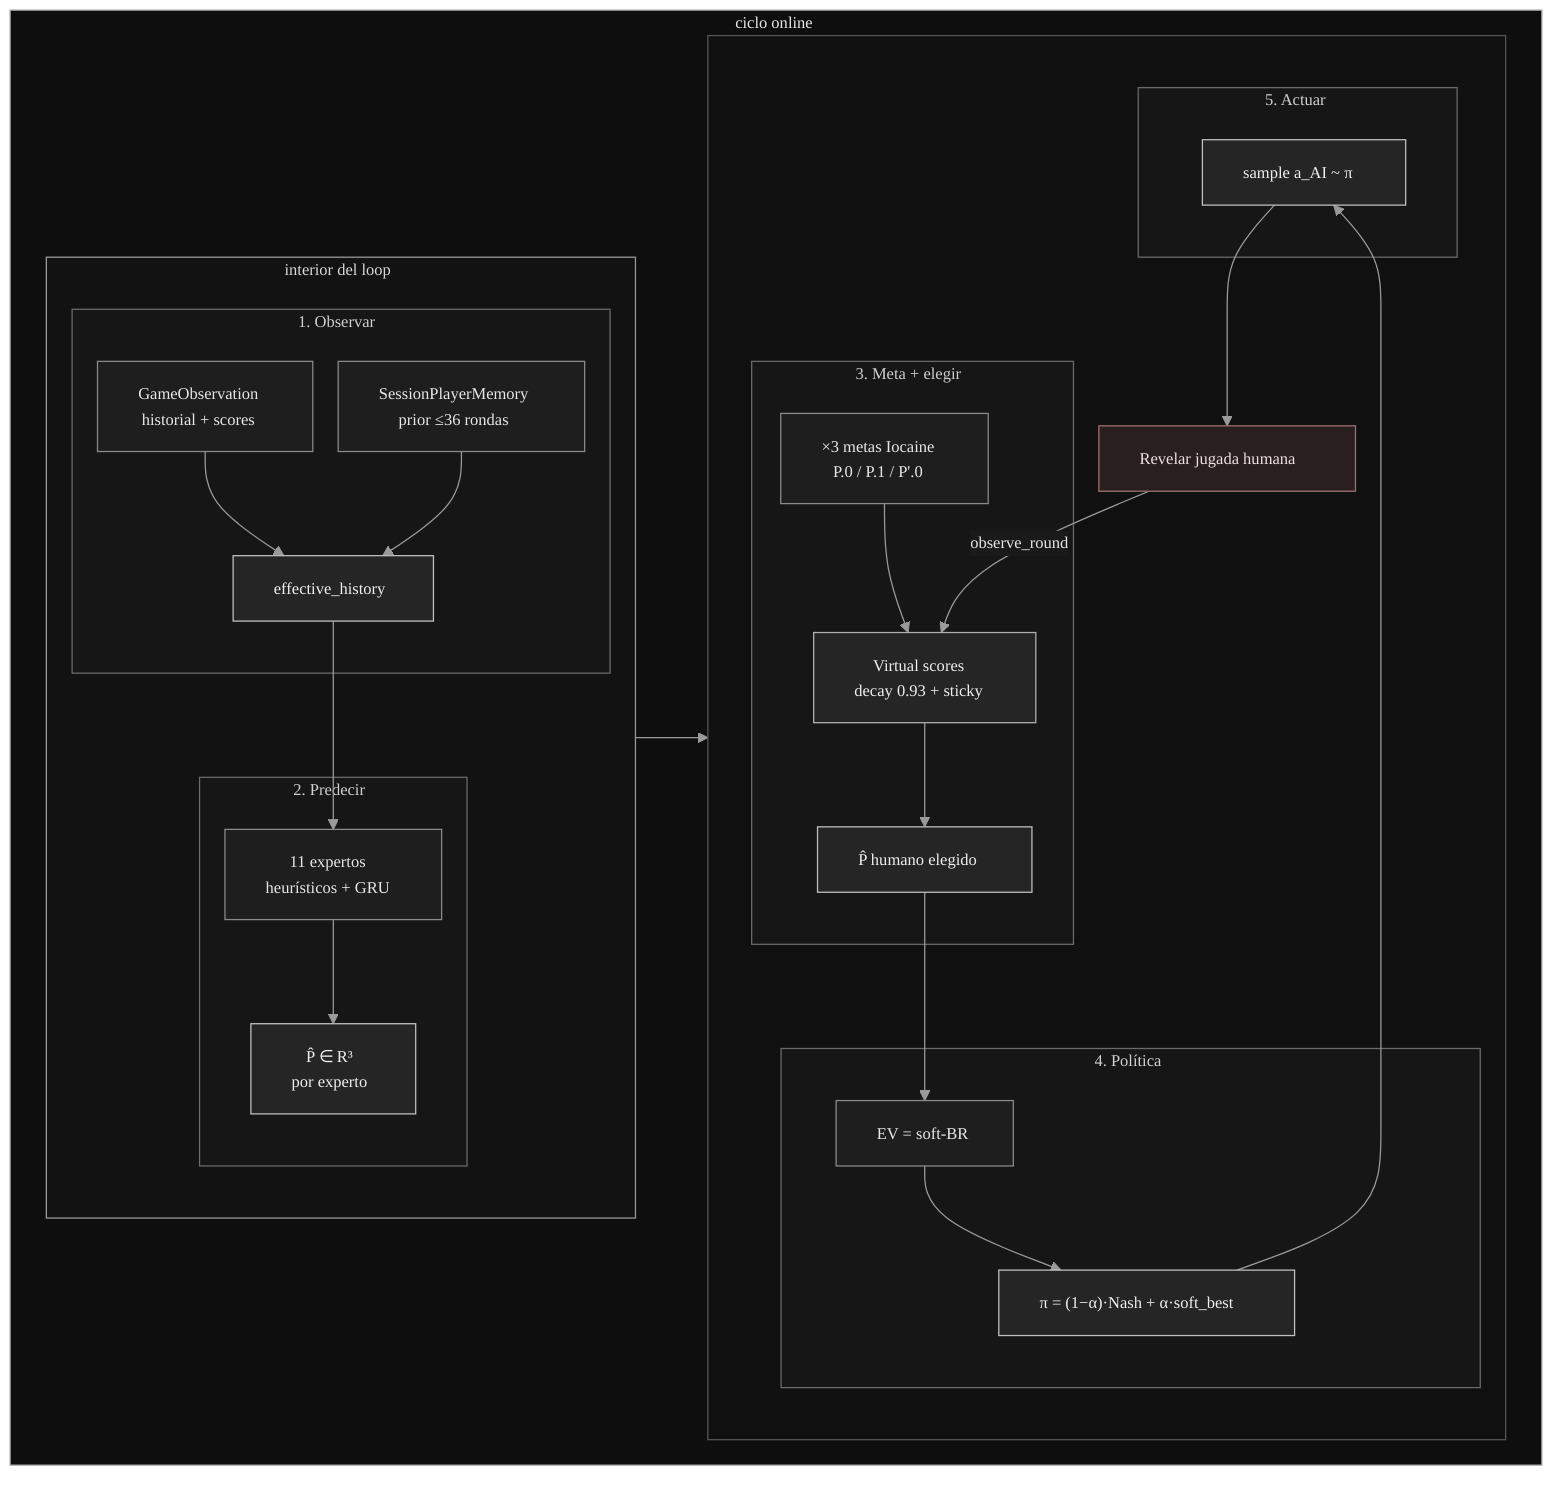
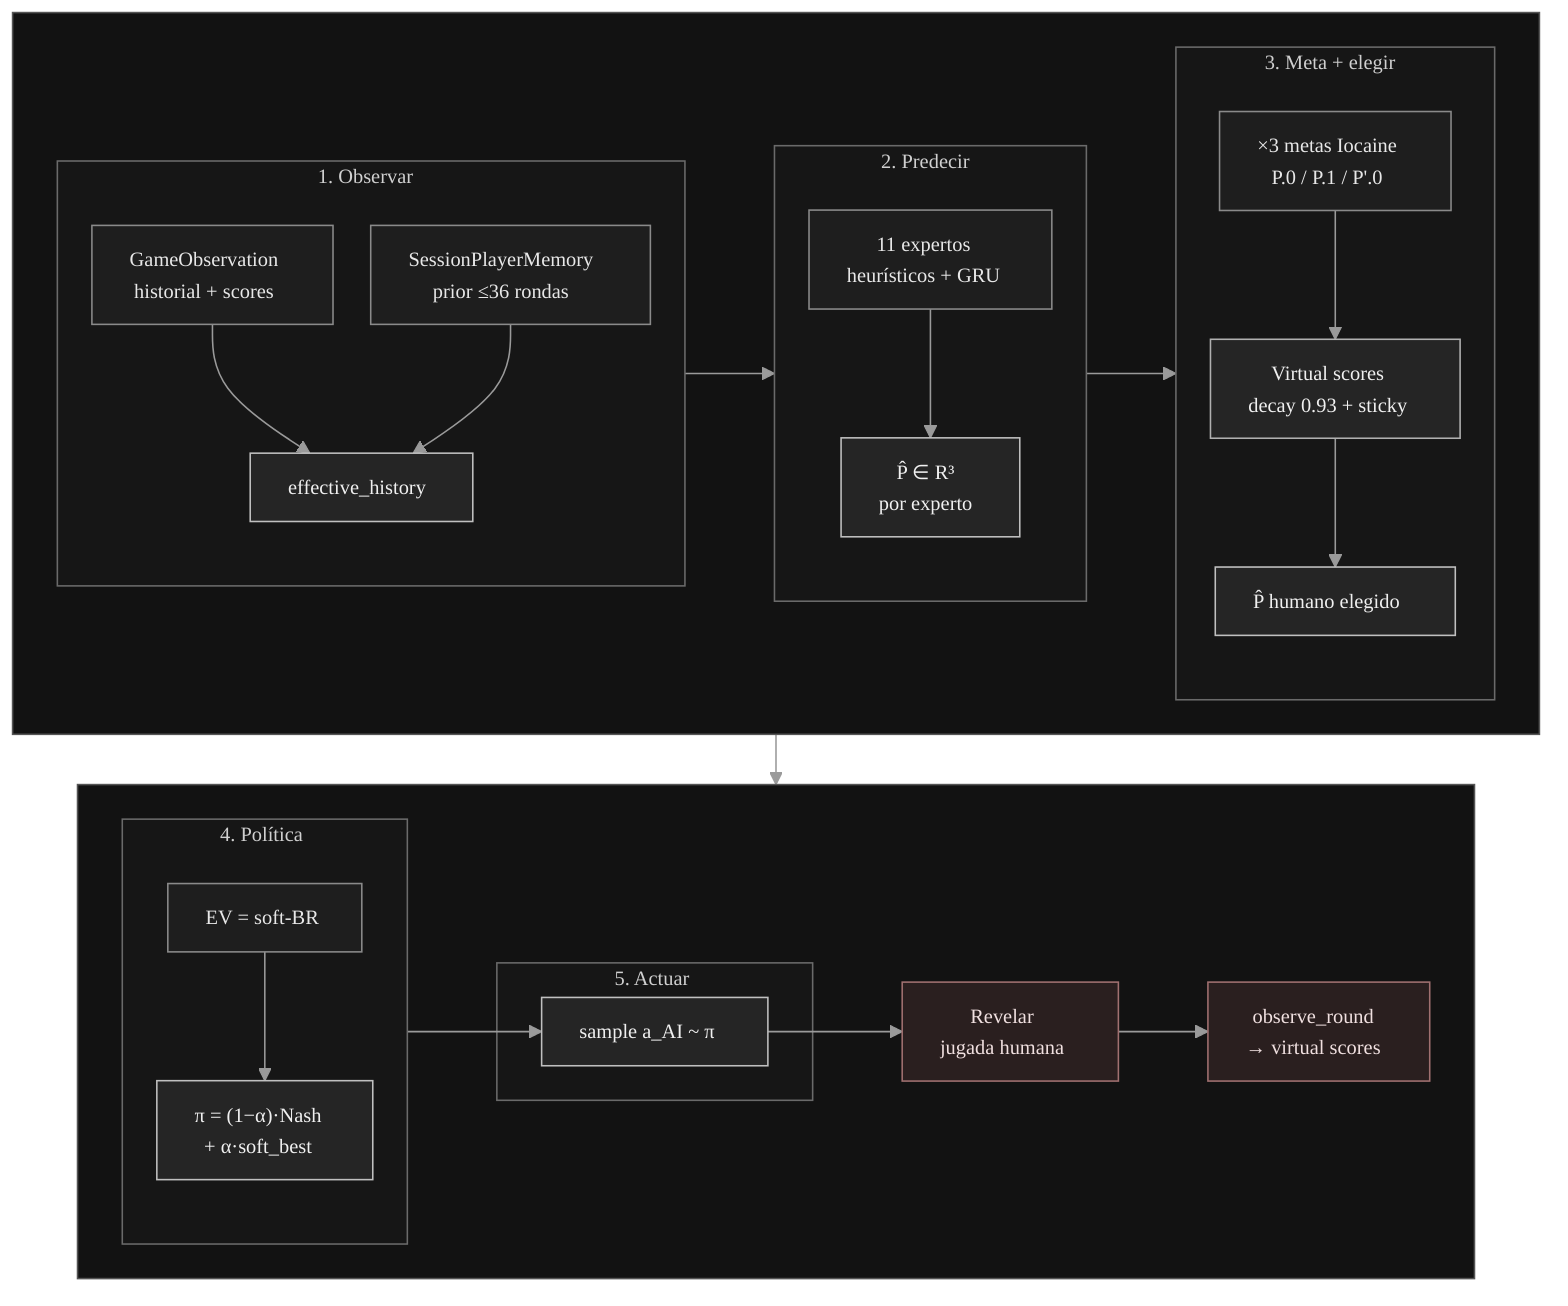
﻿%%{init: {
  "flowchart": {
    "htmlLabels": true,
    "curve": "basis",
-     "padding": 16,
-     "nodeSpacing": 20,
-     "rankSpacing": 32
+     "padding": 12,
+     "nodeSpacing": 24,
+     "rankSpacing": 32,
+     "wrappingWidth": 150
  },
  "theme": "dark",
  "themeVariables": {
    "fontFamily": "Segoe UI, Helvetica, Arial, sans-serif",
    "fontSize": "13px",
    "darkMode": true,
    "background": "#141414",
    "primaryColor": "#1E1E1E",
    "primaryBorderColor": "#8A8A8A",
    "primaryTextColor": "#E8E8E8",
    "secondaryColor": "#222222",
    "tertiaryColor": "#1A1A1A",
    "lineColor": "#9A9A9A",
    "textColor": "#E8E8E8",
    "mainBkg": "#1E1E1E",
    "nodeBorder": "#8A8A8A",
    "clusterBkg": "#161616",
    "clusterBorder": "#6A6A6A",
    "titleColor": "#F0F0F0",
    "edgeLabelBackground": "#1A1A1A"
  }
}}%%
- flowchart LR
-   subgraph loop["ciclo online"]
+ flowchart TB
+   subgraph row1 [" "]
    direction LR

-     %% Columna interior: pasos 1 y 2 (dentro del anillo)
-     subgraph interior["interior del loop"]
+     subgraph observe ["1. Observar"]
      direction TB
- 
-       subgraph observe ["1. Observar"]
-         Obs[GameObservation<br/>historial + scores]
-         Mem[SessionPlayerMemory<br/>prior ≤36 rondas]
-         Obs --> Hist[effective_history]
-         Mem --> Hist
-       end
- 
-       subgraph predict ["2. Predecir"]
-         Exp[11 expertos<br/>heurísticos + GRU]
-         Ph["P̂ ∈ R³<br/>por experto"]
-         Hist --> Exp --> Ph
-       end
+       Obs["GameObservation<br/>historial + scores"]
+       Mem["SessionPlayerMemory<br/>prior ≤36 rondas"]
+       Hist["effective_history"]
+       Obs --> Hist
+       Mem --> Hist
    end

-     %% Anillo de decisión: 3 → 4 → 5 → revelar → feedback
-     subgraph ring[" "]
+     subgraph predict ["2. Predecir"]
      direction TB
- 
-       subgraph meta ["3. Meta + elegir"]
-         Meta["×3 metas Iocaine<br/>P.0 / P.1 / P'.0"]
-         Scores[Virtual scores<br/>decay 0.93 + sticky]
-         Chosen["P̂ humano elegido"]
-         Meta --> Scores --> Chosen
-       end
- 
-       subgraph policy ["4. Política"]
-         EV["EV = soft-BR"]
-         Mix["π = (1−α)·Nash + α·soft_best"]
-         EV --> Mix
-       end
- 
-       subgraph act ["5. Actuar"]
-         Sample["sample a_AI ~ π"]
-       end
- 
-       Reveal[Revelar jugada humana]
-       Mix --> Sample --> Reveal
+       Exp["11 expertos<br/>heurísticos + GRU"]
+       Ph["P̂ ∈ R³<br/>por experto"]
+       Exp --> Ph
    end

-     Ph --> Meta
-     Chosen --> EV
-     Reveal -->|observe_round| Scores
+     subgraph meta ["3. Meta + elegir"]
+       direction TB
+       Meta["×3 metas Iocaine<br/>P.0 / P.1 / P'.0"]
+       Scores["Virtual scores<br/>decay 0.93 + sticky"]
+       Chosen["P̂ humano elegido"]
+       Meta --> Scores --> Chosen
+     end
  end
+ 
+   subgraph row2 [" "]
+     direction LR
+ 
+     subgraph policy ["4. Política"]
+       direction TB
+       EV["EV = soft-BR"]
+       Mix["π = (1−α)·Nash<br/>+ α·soft_best"]
+       EV --> Mix
+     end
+ 
+     subgraph act ["5. Actuar"]
+       Sample["sample a_AI ~ π"]
+     end
+ 
+     Reveal["Revelar<br/>jugada humana"]
+     Adapt["observe_round<br/>→ virtual scores"]
+   end
+ 
+   Hist --> Exp
+   Ph --> Meta
+   Chosen --> EV
+   Mix --> Sample --> Reveal --> Adapt

  style Obs fill:#1E1E1E,stroke:#8A8A8A,color:#E8E8E8
  style Mem fill:#1E1E1E,stroke:#8A8A8A,color:#E8E8E8
  style Hist fill:#252525,stroke:#C0C0C0,color:#F0F0F0
  style Exp fill:#1E1E1E,stroke:#8A8A8A,color:#E8E8E8
  style Ph fill:#252525,stroke:#C0C0C0,color:#F0F0F0
  style Meta fill:#1E1E1E,stroke:#8A8A8A,color:#E8E8E8
  style Scores fill:#252525,stroke:#B0B0B0,color:#F0F0F0
  style Chosen fill:#252525,stroke:#C0C0C0,color:#F0F0F0
  style EV fill:#1E1E1E,stroke:#8A8A8A,color:#E8E8E8
  style Mix fill:#252525,stroke:#C0C0C0,color:#F0F0F0
  style Sample fill:#252525,stroke:#C0C0C0,color:#F0F0F0
  style Reveal fill:#2A1F1F,stroke:#A07070,color:#F0E0E0
+   style Adapt fill:#2A1F1F,stroke:#A07070,color:#F0E0E0
  style observe fill:#161616,stroke:#6A6A6A,color:#D0D0D0
  style predict fill:#161616,stroke:#6A6A6A,color:#D0D0D0
  style meta fill:#161616,stroke:#6A6A6A,color:#D0D0D0
  style policy fill:#161616,stroke:#6A6A6A,color:#D0D0D0
  style act fill:#161616,stroke:#6A6A6A,color:#D0D0D0
-   style interior fill:#121212,stroke:#9A9A9A,color:#D8D8D8
-   style ring fill:#101010,stroke:#555555,color:#888888
-   style loop fill:#0E0E0E,stroke:#A0A0A0,color:#E8E8E8
+   style row1 fill:#121212,stroke:#555555,color:#888888
+   style row2 fill:#121212,stroke:#555555,color:#888888
